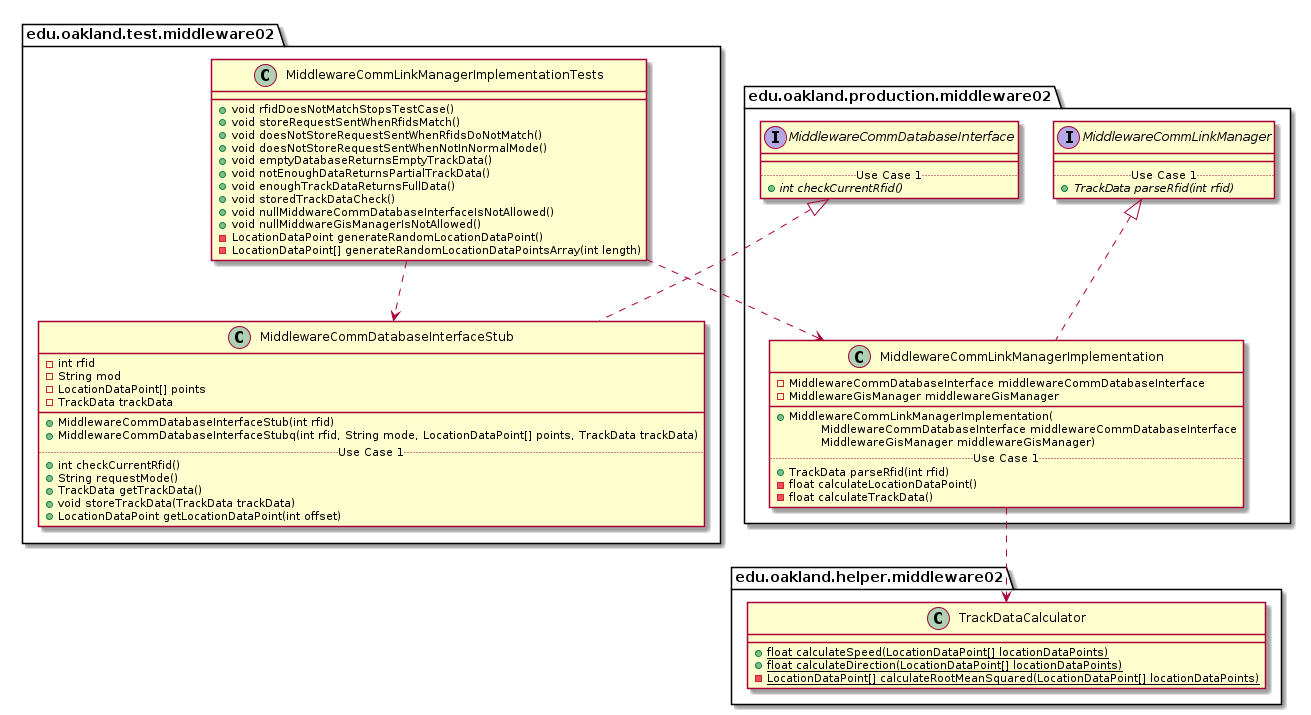
andrewdimmer/csi-3370-software-project keeps this PlantUML diagram as docs/uml-class-diagrams/middleware02/test/MiddlewareCommLinkManagerImplementationTests/MiddlewareCommLinkManagerImplementationTests_Closure.png. Above is the earlier version.
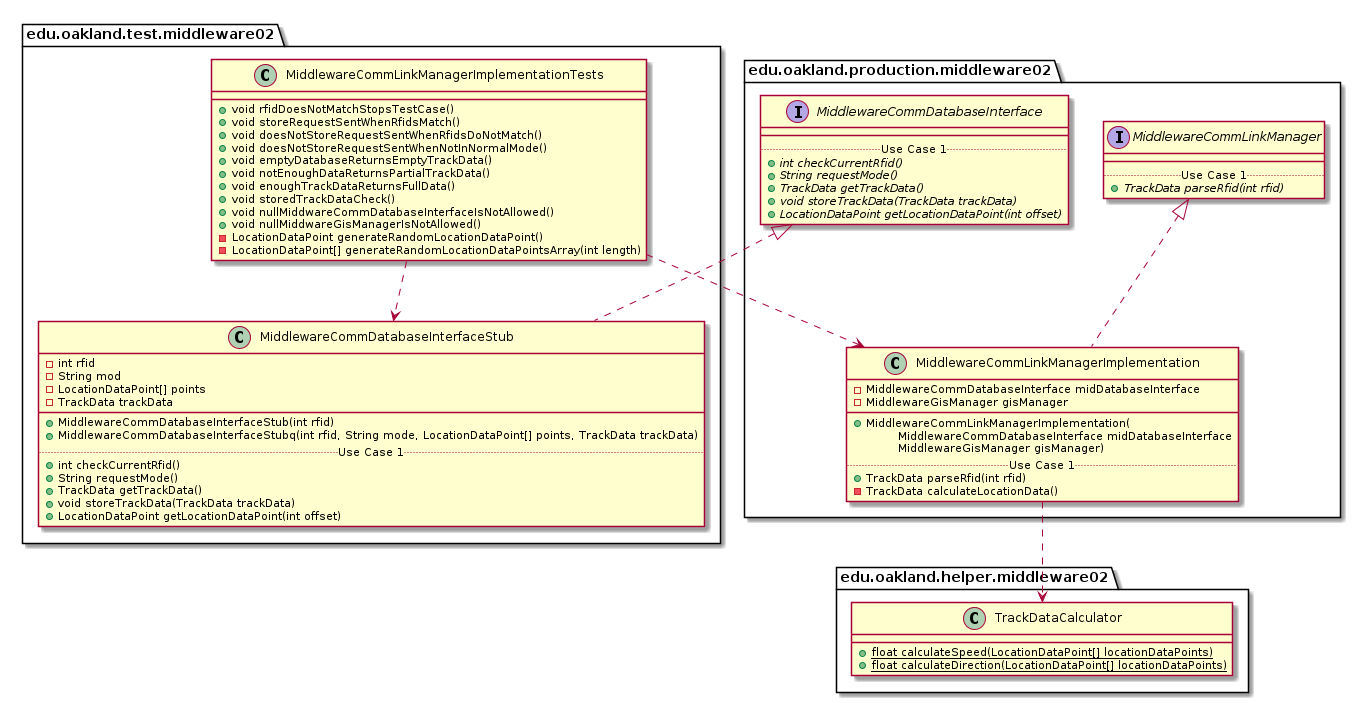
The same file after the commit.

What changed in the source:
```diff
@@ -47,6 +47,10 @@
         __
         .. Use Case 1 ..
         {abstract} + int checkCurrentRfid()
+        {abstract} + String requestMode()
+        {abstract} + TrackData getTrackData()
+        {abstract} + void storeTrackData(TrackData trackData)
+        {abstract} + LocationDataPoint getLocationDataPoint(int offset)
     }
 }
 
@@ -65,16 +69,15 @@
 
 package edu.oakland.production.middleware02 {
     class MiddlewareCommLinkManagerImplementation {
-        - MiddlewareCommDatabaseInterface middlewareCommDatabaseInterface
-        - MiddlewareGisManager middlewareGisManager
+        - MiddlewareCommDatabaseInterface midDatabaseInterface
+        - MiddlewareGisManager gisManager
         __
         + MiddlewareCommLinkManagerImplementation(
-        \tMiddlewareCommDatabaseInterface middlewareCommDatabaseInterface
-        \tMiddlewareGisManager middlewareGisManager)
+        \tMiddlewareCommDatabaseInterface midDatabaseInterface
+        \tMiddlewareGisManager gisManager)
         .. Use Case 1 ..
         + TrackData parseRfid(int rfid)
-        - float calculateLocationDataPoint()
-        - float calculateTrackData()
+        - TrackData calculateLocationData()
     }
 }
 
@@ -102,7 +105,6 @@
     class TrackDataCalculator {
         {static} + float calculateSpeed(LocationDataPoint[] locationDataPoints)
         {static} + float calculateDirection(LocationDataPoint[] locationDataPoints)
-        {static} - LocationDataPoint[] calculateRootMeanSquared(LocationDataPoint[] locationDataPoints)
     }
 }
 
```
